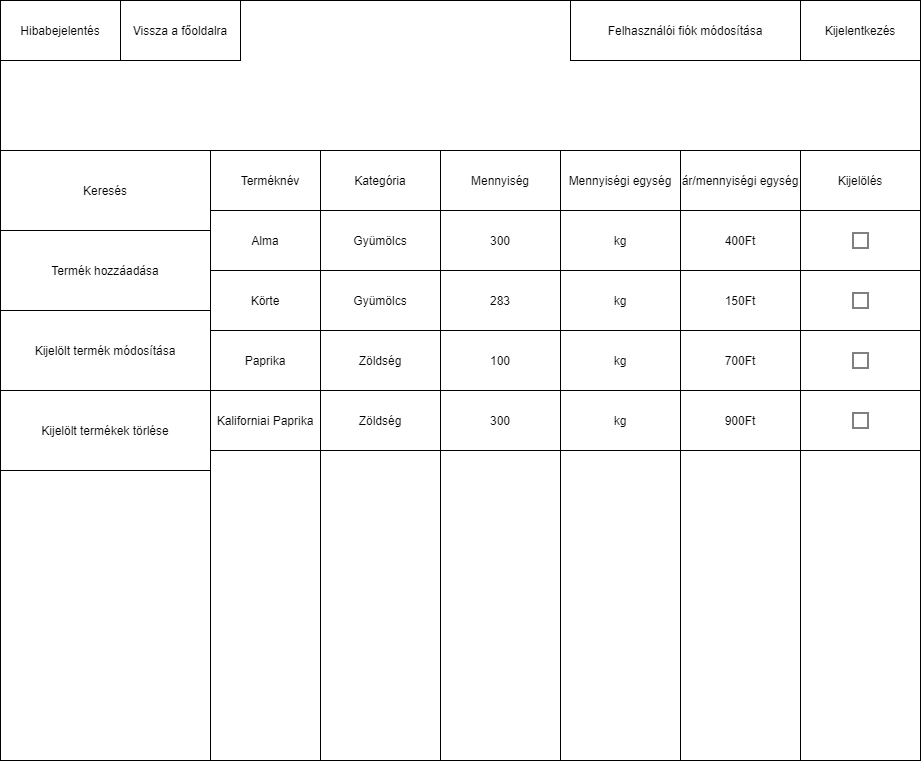
Above: pictures/Adatbázis oldal bejelentkezve.png in utassydenis/AFP2021_1_K0800_Csapat4 (draw.io), before the change. Source tidied: cells renumbered, new cells last; positions are measured from the earlier drawing's top-left corner, leaving out a move shared by most shapes. The source it was exported from:
```xml
<mxGraphModel>
  <root>
    <mxCell id="0" />
    <mxCell id="1" parent="0" />
    <mxCell id="2" style="rounded=0;whiteSpace=wrap;html=1;" parent="1" vertex="1">
      <mxGeometry y="150" width="920" height="610" as="geometry" />
    </mxCell>
    <mxCell id="3" value="Terméknév" style="rounded=0;whiteSpace=wrap;html=1;" parent="1" vertex="1">
      <mxGeometry x="210" y="150" width="120" height="60" as="geometry" />
    </mxCell>
    <mxCell id="4" value="Kategória" style="rounded=0;whiteSpace=wrap;html=1;" parent="1" vertex="1">
      <mxGeometry x="320" y="150" width="120" height="60" as="geometry" />
    </mxCell>
    <mxCell id="5" value="Mennyiség" style="rounded=0;whiteSpace=wrap;html=1;" parent="1" vertex="1">
      <mxGeometry x="440" y="150" width="120" height="60" as="geometry" />
    </mxCell>
    <mxCell id="6" value="Mennyiségi egység" style="rounded=0;whiteSpace=wrap;html=1;" parent="1" vertex="1">
      <mxGeometry x="560" y="150" width="120" height="60" as="geometry" />
    </mxCell>
    <mxCell id="7" value="ár/mennyiségi egység" style="rounded=0;whiteSpace=wrap;html=1;" parent="1" vertex="1">
      <mxGeometry x="680" y="150" width="120" height="60" as="geometry" />
    </mxCell>
    <mxCell id="8" style="rounded=0;whiteSpace=wrap;html=1;fontStyle=0;" parent="1" vertex="1">
      <mxGeometry width="920" height="150" as="geometry" />
    </mxCell>
    <mxCell id="9" style="rounded=0;whiteSpace=wrap;html=1;" parent="1" vertex="1">
      <mxGeometry x="210" y="210" width="110" height="550" as="geometry" />
    </mxCell>
    <mxCell id="10" style="rounded=0;whiteSpace=wrap;html=1;" parent="1" vertex="1">
      <mxGeometry x="320" y="210" width="120" height="550" as="geometry" />
    </mxCell>
    <mxCell id="11" style="rounded=0;whiteSpace=wrap;html=1;" parent="1" vertex="1">
      <mxGeometry x="440" y="210" width="120" height="550" as="geometry" />
    </mxCell>
    <mxCell id="12" style="rounded=0;whiteSpace=wrap;html=1;" parent="1" vertex="1">
      <mxGeometry x="560" y="210" width="120" height="550" as="geometry" />
    </mxCell>
    <mxCell id="13" style="rounded=0;whiteSpace=wrap;html=1;" parent="1" vertex="1">
      <mxGeometry x="680" y="210" width="120" height="550" as="geometry" />
    </mxCell>
    <mxCell id="14" value="Keresés" style="rounded=0;whiteSpace=wrap;html=1;" parent="1" vertex="1">
      <mxGeometry y="150" width="210" height="80" as="geometry" />
    </mxCell>
    <mxCell id="15" value="Felhasználói fiók módosítása" style="rounded=0;whiteSpace=wrap;html=1;" parent="1" vertex="1">
      <mxGeometry x="570" width="230" height="60" as="geometry" />
    </mxCell>
    <mxCell id="16" value="Termék hozzáadása" style="rounded=0;whiteSpace=wrap;html=1;" parent="1" vertex="1">
      <mxGeometry y="230" width="210" height="80" as="geometry" />
    </mxCell>
    <mxCell id="17" value="Kijelölt termék módosítása" style="rounded=0;whiteSpace=wrap;html=1;" parent="1" vertex="1">
      <mxGeometry y="310" width="210" height="80" as="geometry" />
    </mxCell>
    <mxCell id="18" value="Kijelölt termékek törlése" style="rounded=0;whiteSpace=wrap;html=1;" parent="1" vertex="1">
      <mxGeometry y="390" width="210" height="80" as="geometry" />
    </mxCell>
    <mxCell id="19" value="Kijelentkezés" style="rounded=0;whiteSpace=wrap;html=1;" parent="1" vertex="1">
      <mxGeometry x="800" width="120" height="60" as="geometry" />
    </mxCell>
    <mxCell id="20" value="Kijelölés" style="rounded=0;whiteSpace=wrap;html=1;" parent="1" vertex="1">
      <mxGeometry x="800" y="150" width="120" height="60" as="geometry" />
    </mxCell>
    <mxCell id="21" value="Alma" style="rounded=0;whiteSpace=wrap;html=1;" parent="1" vertex="1">
      <mxGeometry x="210" y="210" width="110" height="60" as="geometry" />
    </mxCell>
    <mxCell id="22" value="Gyümölcs" style="rounded=0;whiteSpace=wrap;html=1;" parent="1" vertex="1">
      <mxGeometry x="320" y="210" width="120" height="60" as="geometry" />
    </mxCell>
    <mxCell id="23" value="300" style="rounded=0;whiteSpace=wrap;html=1;" parent="1" vertex="1">
      <mxGeometry x="440" y="210" width="120" height="60" as="geometry" />
    </mxCell>
    <mxCell id="24" value="kg" style="rounded=0;whiteSpace=wrap;html=1;" parent="1" vertex="1">
      <mxGeometry x="560" y="210" width="120" height="60" as="geometry" />
    </mxCell>
    <mxCell id="25" value="400Ft" style="rounded=0;whiteSpace=wrap;html=1;" parent="1" vertex="1">
      <mxGeometry x="680" y="210" width="120" height="60" as="geometry" />
    </mxCell>
    <mxCell id="26" style="rounded=0;whiteSpace=wrap;html=1;" parent="1" vertex="1">
      <mxGeometry x="800" y="210" width="120" height="60" as="geometry" />
    </mxCell>
    <mxCell id="27" style="whiteSpace=wrap;html=1;" parent="1" vertex="1">
      <mxGeometry x="852.5" y="232.5" width="15" height="15" as="geometry" />
    </mxCell>
    <mxCell id="28" value="Körte" style="rounded=0;whiteSpace=wrap;html=1;" parent="1" vertex="1">
      <mxGeometry x="210" y="270" width="110" height="60" as="geometry" />
    </mxCell>
    <mxCell id="29" value="Gyümölcs" style="rounded=0;whiteSpace=wrap;html=1;" parent="1" vertex="1">
      <mxGeometry x="320" y="270" width="120" height="60" as="geometry" />
    </mxCell>
    <mxCell id="30" value="283" style="rounded=0;whiteSpace=wrap;html=1;" parent="1" vertex="1">
      <mxGeometry x="440" y="270" width="120" height="60" as="geometry" />
    </mxCell>
    <mxCell id="31" value="kg" style="rounded=0;whiteSpace=wrap;html=1;" parent="1" vertex="1">
      <mxGeometry x="560" y="270" width="120" height="60" as="geometry" />
    </mxCell>
    <mxCell id="32" value="150Ft" style="rounded=0;whiteSpace=wrap;html=1;" parent="1" vertex="1">
      <mxGeometry x="680" y="270" width="120" height="60" as="geometry" />
    </mxCell>
    <mxCell id="33" style="rounded=0;whiteSpace=wrap;html=1;" parent="1" vertex="1">
      <mxGeometry x="800" y="270" width="120" height="60" as="geometry" />
    </mxCell>
    <mxCell id="34" style="whiteSpace=wrap;html=1;" parent="1" vertex="1">
      <mxGeometry x="852.5" y="292.5" width="15" height="15" as="geometry" />
    </mxCell>
    <mxCell id="35" value="Paprika" style="rounded=0;whiteSpace=wrap;html=1;" parent="1" vertex="1">
      <mxGeometry x="210" y="330" width="110" height="60" as="geometry" />
    </mxCell>
    <mxCell id="36" value="Zöldség" style="rounded=0;whiteSpace=wrap;html=1;" parent="1" vertex="1">
      <mxGeometry x="320" y="330" width="120" height="60" as="geometry" />
    </mxCell>
    <mxCell id="37" value="100" style="rounded=0;whiteSpace=wrap;html=1;" parent="1" vertex="1">
      <mxGeometry x="440" y="330" width="120" height="60" as="geometry" />
    </mxCell>
    <mxCell id="38" value="kg" style="rounded=0;whiteSpace=wrap;html=1;" parent="1" vertex="1">
      <mxGeometry x="560" y="330" width="120" height="60" as="geometry" />
    </mxCell>
    <mxCell id="39" value="700Ft" style="rounded=0;whiteSpace=wrap;html=1;" parent="1" vertex="1">
      <mxGeometry x="680" y="330" width="120" height="60" as="geometry" />
    </mxCell>
    <mxCell id="40" style="rounded=0;whiteSpace=wrap;html=1;" parent="1" vertex="1">
      <mxGeometry x="800" y="330" width="120" height="60" as="geometry" />
    </mxCell>
    <mxCell id="41" style="whiteSpace=wrap;html=1;" parent="1" vertex="1">
      <mxGeometry x="852.5" y="352.5" width="15" height="15" as="geometry" />
    </mxCell>
    <mxCell id="42" value="Kaliforniai Paprika" style="rounded=0;whiteSpace=wrap;html=1;" parent="1" vertex="1">
      <mxGeometry x="210" y="390" width="110" height="60" as="geometry" />
    </mxCell>
    <mxCell id="43" value="Zöldség" style="rounded=0;whiteSpace=wrap;html=1;" parent="1" vertex="1">
      <mxGeometry x="320" y="390" width="120" height="60" as="geometry" />
    </mxCell>
    <mxCell id="44" value="300" style="rounded=0;whiteSpace=wrap;html=1;" parent="1" vertex="1">
      <mxGeometry x="440" y="390" width="120" height="60" as="geometry" />
    </mxCell>
    <mxCell id="45" value="kg" style="rounded=0;whiteSpace=wrap;html=1;" parent="1" vertex="1">
      <mxGeometry x="560" y="390" width="120" height="60" as="geometry" />
    </mxCell>
    <mxCell id="46" value="900Ft" style="rounded=0;whiteSpace=wrap;html=1;" parent="1" vertex="1">
      <mxGeometry x="680" y="390" width="120" height="60" as="geometry" />
    </mxCell>
    <mxCell id="47" style="rounded=0;whiteSpace=wrap;html=1;" parent="1" vertex="1">
      <mxGeometry x="800" y="390" width="120" height="60" as="geometry" />
    </mxCell>
    <mxCell id="48" style="whiteSpace=wrap;html=1;" parent="1" vertex="1">
      <mxGeometry x="852.5" y="412.5" width="15" height="15" as="geometry" />
    </mxCell>
    <mxCell id="49" value="Hibabejelentés" style="rounded=0;whiteSpace=wrap;html=1;hachureGap=4;" parent="1" vertex="1">
      <mxGeometry width="120" height="60" as="geometry" />
    </mxCell>
    <mxCell id="50" value="Vissza a főoldalra" style="rounded=0;whiteSpace=wrap;html=1;hachureGap=4;" parent="1" vertex="1">
      <mxGeometry x="120" width="120" height="60" as="geometry" />
    </mxCell>
  </root>
</mxGraphModel>
```
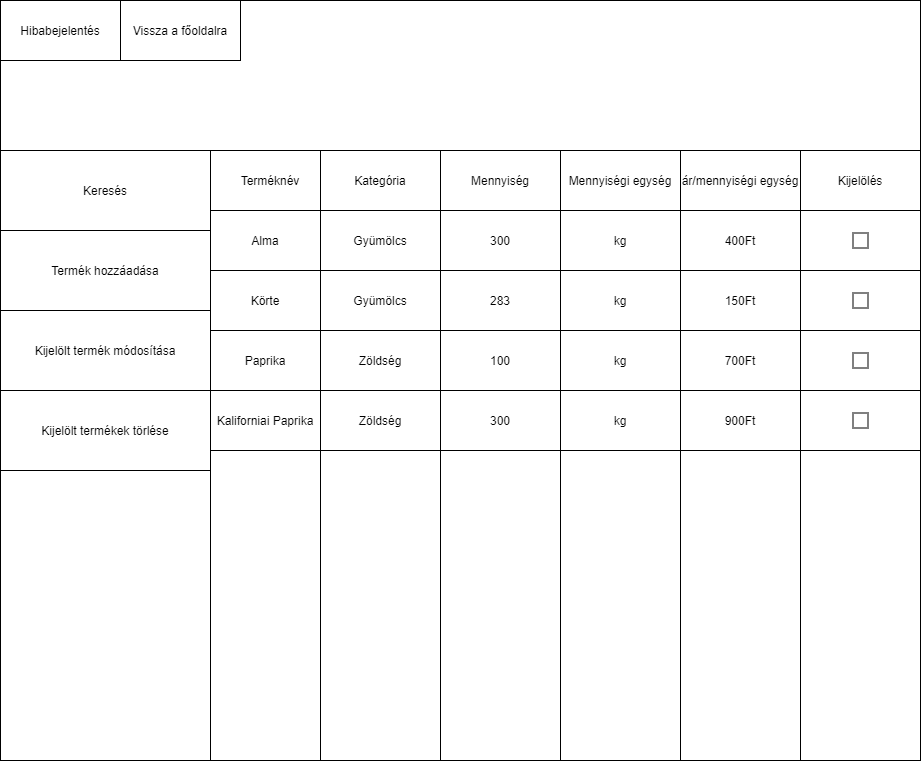
After the change.

The edit, as a diff of the source:
```diff
@@ -41,9 +41,6 @@
     <mxCell id="14" value="Keresés" style="rounded=0;whiteSpace=wrap;html=1;" parent="1" vertex="1">
       <mxGeometry y="150" width="210" height="80" as="geometry" />
     </mxCell>
-    <mxCell id="15" value="Felhasználói fiók módosítása" style="rounded=0;whiteSpace=wrap;html=1;" parent="1" vertex="1">
-      <mxGeometry x="570" width="230" height="60" as="geometry" />
-    </mxCell>
     <mxCell id="16" value="Termék hozzáadása" style="rounded=0;whiteSpace=wrap;html=1;" parent="1" vertex="1">
       <mxGeometry y="230" width="210" height="80" as="geometry" />
     </mxCell>
@@ -53,9 +50,6 @@
     <mxCell id="18" value="Kijelölt termékek törlése" style="rounded=0;whiteSpace=wrap;html=1;" parent="1" vertex="1">
       <mxGeometry y="390" width="210" height="80" as="geometry" />
     </mxCell>
-    <mxCell id="19" value="Kijelentkezés" style="rounded=0;whiteSpace=wrap;html=1;" parent="1" vertex="1">
-      <mxGeometry x="800" width="120" height="60" as="geometry" />
-    </mxCell>
     <mxCell id="20" value="Kijelölés" style="rounded=0;whiteSpace=wrap;html=1;" parent="1" vertex="1">
       <mxGeometry x="800" y="150" width="120" height="60" as="geometry" />
     </mxCell>
```
